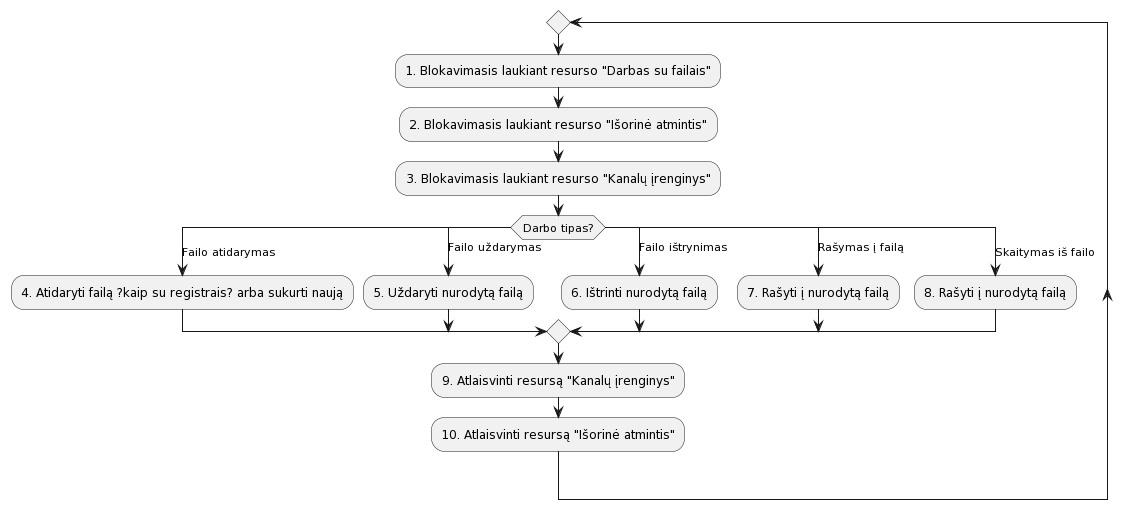
Above: aprasymas2/img/FileSystem.png in Mdominykas/OS (PlantUML), before the change.
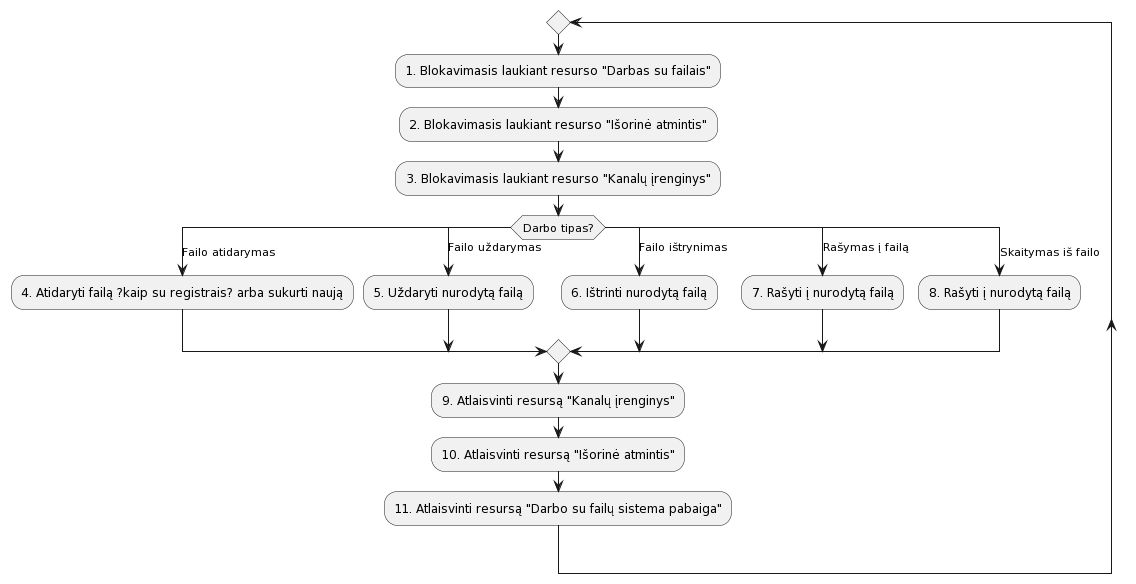
The same diagram one commit later.

Diff of the diagram source:
```diff
@@ -17,4 +17,5 @@
   endswitch
   :9. Atlaisvinti resursą "Kanalų įrenginys";
   :10. Atlaisvinti resursą "Išorinė atmintis";
+  :11. Atlaisvinti resursą "Darbo su failų sistema pabaiga";
 @enduml
```
